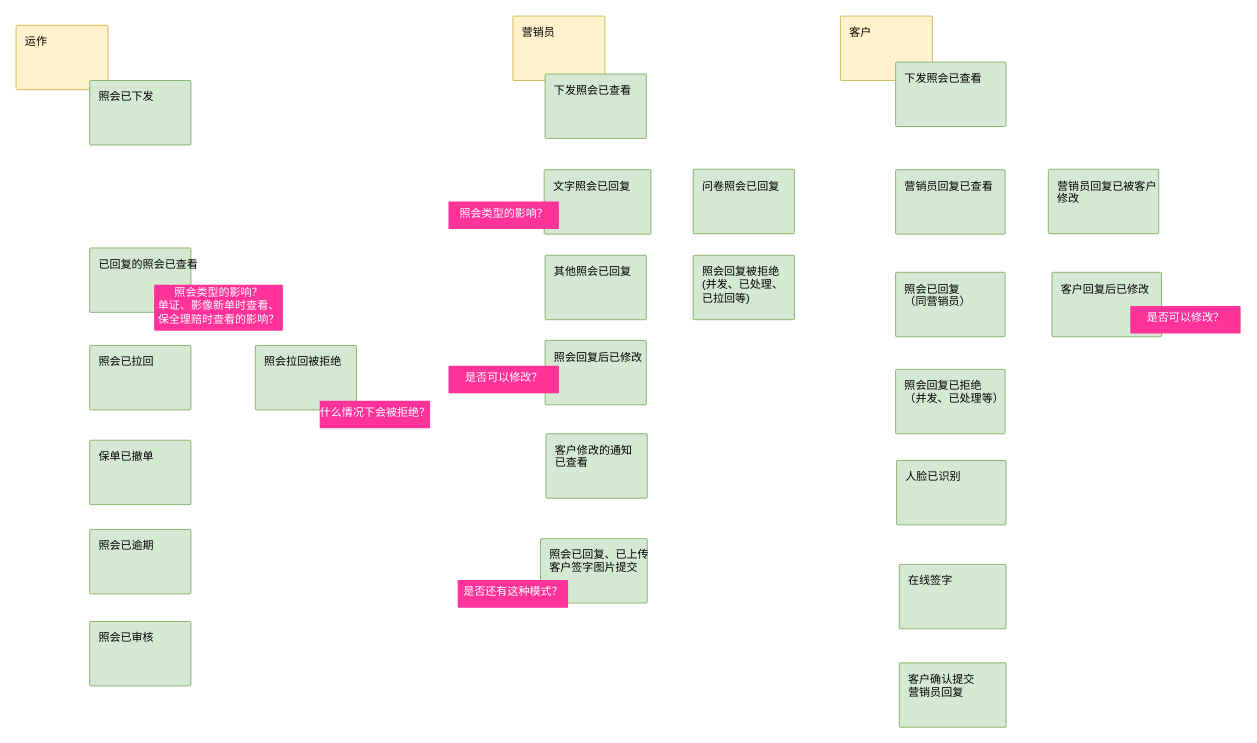
jalja27/gc_uml keeps this draw.io diagram as issue/es-电子照会II期.drawio. Above is the earlier version. Source tidied: cells renumbered, new cells numbered last; positions are measured from the earlier drawing's top-left corner, leaving out a move shared by most shapes. Both pictures are drawn from the tidied source at 92%, with x=0, y=0 at pixel (16, 16).
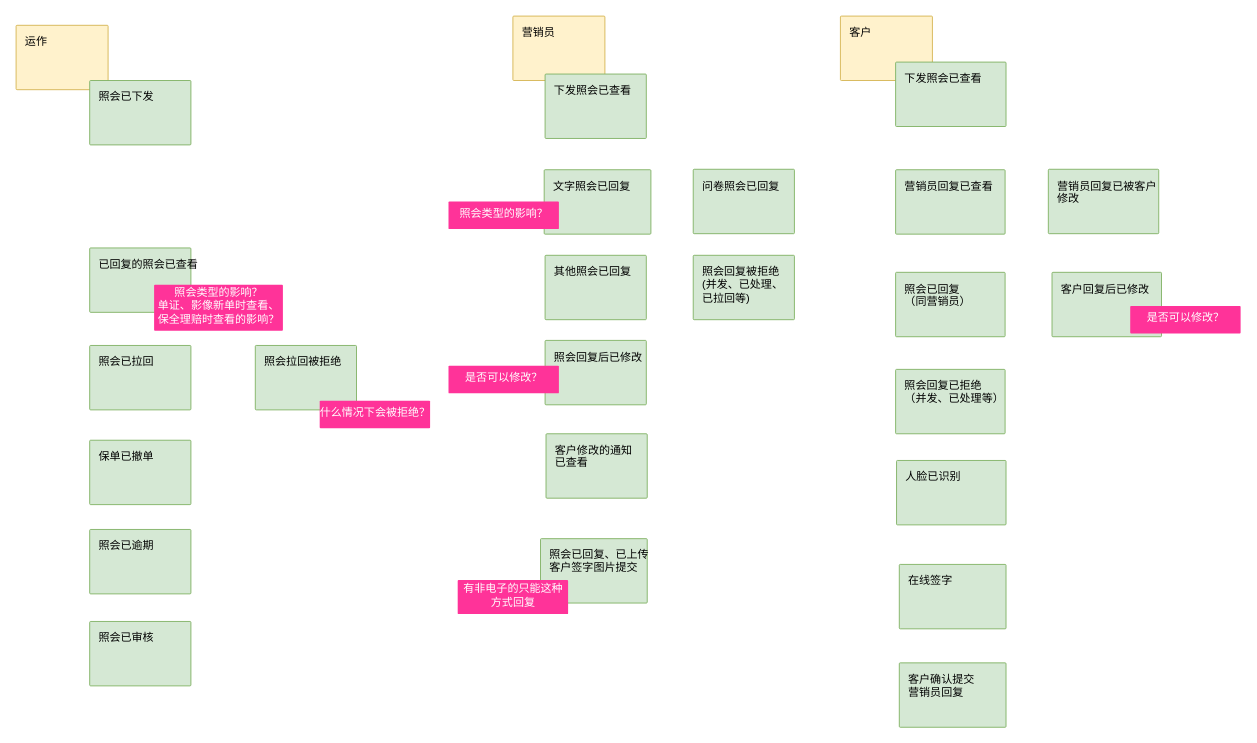
Above is the later version.

Commit message:
Update es-电子照会II期.drawio

Change to the diagram source:
```diff
@@
-    <mxCell id="32" value="&lt;div style=&quot;text-align: center&quot;&gt;&lt;span&gt;是否还有这种模式？&lt;/span&gt;&lt;/div&gt;" style="rounded=1;absoluteArcSize=1;arcSize=2;html=1;strokeColor=none;gradientColor=none;shadow=0;dashed=0;fontSize=12;fontColor=#FFFFFF;align=center;verticalAlign=middle;spacing=10;spacingTop=-4;fillColor=#FF3399;" parent="1" vertex="1">
-      <mxGeometry x="480" y="613" width="120" height="30" as="geometry" />
+    <mxCell id="32" value="&lt;div style=&quot;text-align: center&quot;&gt;&lt;span&gt;有非电子的只能这种&lt;/span&gt;&lt;/div&gt;&lt;div style=&quot;text-align: center&quot;&gt;&lt;span&gt;方式回复&lt;/span&gt;&lt;/div&gt;" style="rounded=1;absoluteArcSize=1;arcSize=2;html=1;strokeColor=none;gradientColor=none;shadow=0;dashed=0;fontSize=12;fontColor=#FFFFFF;align=center;verticalAlign=middle;spacing=10;spacingTop=-4;fillColor=#FF3399;" parent="1" vertex="1">
+      <mxGeometry x="480" y="613" width="120" height="37" as="geometry" />
     </mxCell>
```
